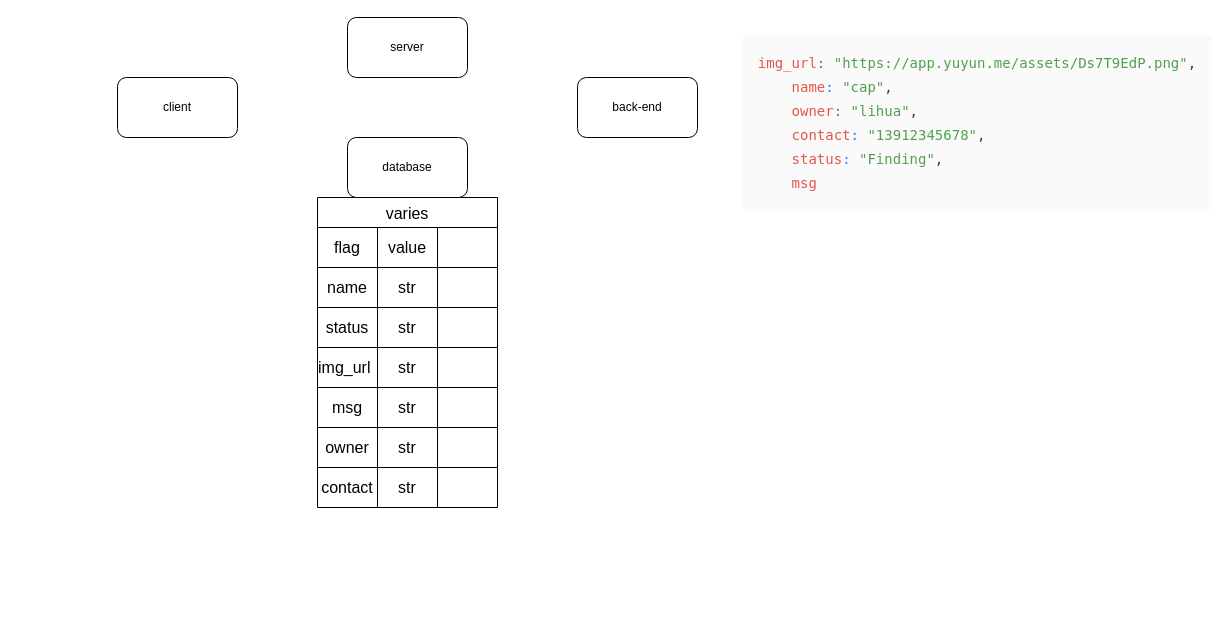
Above: all/exun.drawio in musicleaf/iodraw-files (draw.io), before the change. Source tidied: cells renumbered, new cells numbered last; positions are measured from the earlier drawing's top-left corner, leaving out a move shared by most shapes. Both pictures are drawn from the tidied source at 100%, with x=0, y=0 at pixel (117, 17).
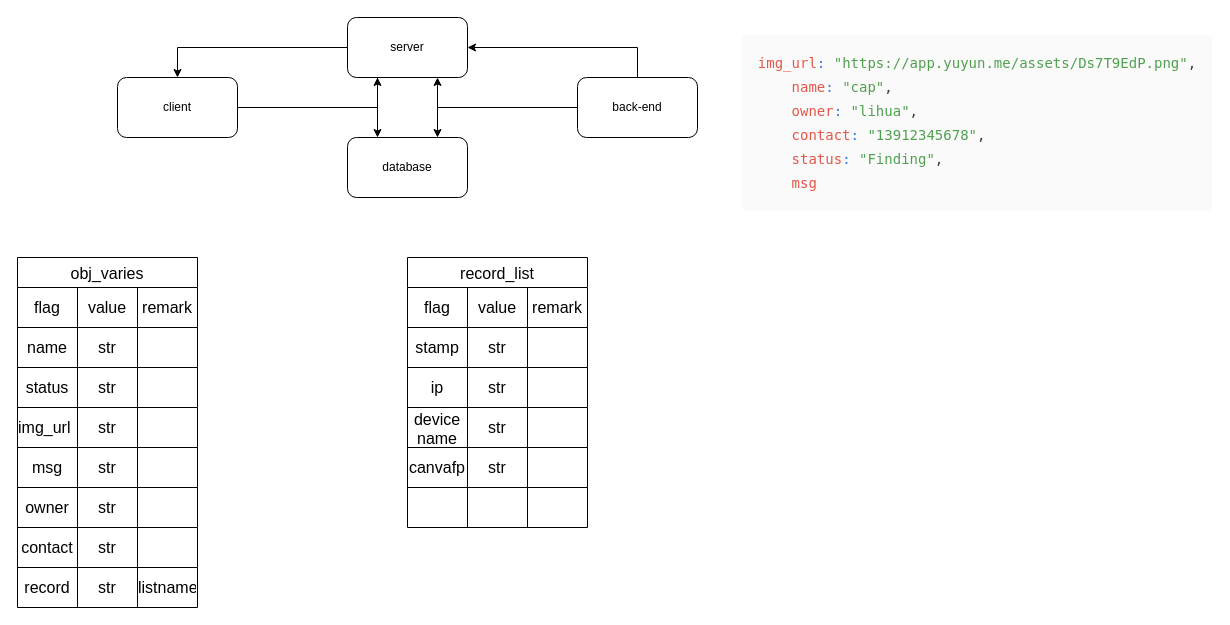
After the change.

Unchanged cells that the change refers to:
```xml
<mxCell id="3" style="shape=tableRow;horizontal=0;startSize=0;swimlaneHead=0;swimlaneBody=0;strokeColor=inherit;top=0;left=0;bottom=0;right=0;fillColor=none;fontSize=16;" parent="2" vertex="1">
  <mxGeometry y="30" width="180" height="40" as="geometry" />
</mxCell>
<mxCell id="15" value="server" style="rounded=1;whiteSpace=wrap;html=1;" parent="1" vertex="1">
  <mxGeometry x="230" width="120" height="60" as="geometry" />
</mxCell>
<mxCell id="16" value="database" style="rounded=1;whiteSpace=wrap;html=1;" parent="1" vertex="1">
  <mxGeometry x="230" y="120" width="120" height="60" as="geometry" />
</mxCell>
<mxCell id="17" value="client" style="rounded=1;whiteSpace=wrap;html=1;" parent="1" vertex="1">
  <mxGeometry y="60" width="120" height="60" as="geometry" />
</mxCell>
<mxCell id="18" value="back-end" style="rounded=1;whiteSpace=wrap;html=1;" parent="1" vertex="1">
  <mxGeometry x="460" y="60" width="120" height="60" as="geometry" />
</mxCell>
```

What changed in the source:
```diff
@@
-    <mxCell id="2" value="varies" style="shape=table;startSize=30;childLayout=tableLayout;strokeColor=default;fontSize=16;" parent="1" vertex="1">
-      <mxGeometry x="200" y="180" width="180" height="150" as="geometry" />
+    <mxCell id="2" value="obj_varies" style="shape=table;startSize=30;childLayout=tableLayout;strokeColor=default;fontSize=16;" parent="1" vertex="1">
+      <mxGeometry x="-100" y="240" width="180" height="150" as="geometry" />
     </mxCell>
@@
-    <mxCell id="6" style="shape=partialRectangle;html=1;whiteSpace=wrap;strokeColor=inherit;overflow=hidden;fillColor=none;top=0;left=0;bottom=0;right=0;fontSize=16;" parent="3" vertex="1">
+    <mxCell id="6" value="remark" style="shape=partialRectangle;html=1;whiteSpace=wrap;strokeColor=inherit;overflow=hidden;fillColor=none;top=0;left=0;bottom=0;right=0;fontSize=16;" parent="3" vertex="1">
       <mxGeometry x="120" width="60" height="40" as="geometry" />
     </mxCell>
@@
+    <mxCell id="38" style="edgeStyle=orthogonalEdgeStyle;rounded=0;jettySize=auto;html=1;entryX=0.5;entryY=0;entryDx=0;entryDy=0;" parent="1" edge="1" source="15" target="17">
+      <mxGeometry relative="1" as="geometry" />
+    </mxCell>
+    <mxCell id="39" style="edgeStyle=orthogonalEdgeStyle;rounded=0;jettySize=auto;html=1;exitX=0.25;exitY=1;exitDx=0;exitDy=0;entryX=0.25;entryY=0;entryDx=0;entryDy=0;" parent="1" edge="1" source="15" target="16">
+      <mxGeometry relative="1" as="geometry" />
+    </mxCell>
@@
+    <mxCell id="40" style="edgeStyle=orthogonalEdgeStyle;rounded=0;jettySize=auto;html=1;entryX=0;entryY=1;entryDx=0;entryDy=0;exitX=1;exitY=0.5;exitDx=0;exitDy=0;" parent="1" edge="1" source="17">
+      <mxGeometry relative="1" as="geometry">
+        <mxPoint x="260" y="60" as="targetPoint" />
+        <Array as="points">
+          <mxPoint x="260" y="90" />
+        </Array>
+      </mxGeometry>
+    </mxCell>
@@
+    <mxCell id="41" style="edgeStyle=orthogonalEdgeStyle;rounded=0;jettySize=auto;html=1;entryX=1;entryY=0.5;entryDx=0;entryDy=0;exitX=0.5;exitY=0;exitDx=0;exitDy=0;" parent="1" edge="1" source="18" target="15">
+      <mxGeometry relative="1" as="geometry">
+        <Array as="points">
+          <mxPoint x="520" y="30" />
+        </Array>
+      </mxGeometry>
+    </mxCell>
+    <mxCell id="42" style="edgeStyle=orthogonalEdgeStyle;rounded=0;jettySize=auto;html=1;entryX=0.75;entryY=1;entryDx=0;entryDy=0;" parent="1" edge="1" source="18" target="15">
+      <mxGeometry relative="1" as="geometry" />
+    </mxCell>
+    <mxCell id="43" style="edgeStyle=orthogonalEdgeStyle;rounded=0;jettySize=auto;html=1;entryX=0.75;entryY=0;entryDx=0;entryDy=0;" parent="1" edge="1" source="18" target="16">
+      <mxGeometry relative="1" as="geometry" />
+    </mxCell>
@@
     <mxCell id="20" style="shape=table;startSize=0;childLayout=tableLayout;fontSize=16;" parent="1" vertex="1">
-      <mxGeometry x="200" y="330" width="180" height="120" as="geometry" />
+      <mxGeometry x="-100" y="390" width="180" height="120" as="geometry" />
     </mxCell>
@@
     <mxCell id="33" style="shape=table;startSize=0;childLayout=tableLayout;fontSize=16;" parent="1" vertex="1">
-      <mxGeometry x="200" y="450" width="180" height="40" as="geometry" />
+      <mxGeometry x="-100" y="510" width="180" height="40" as="geometry" />
     </mxCell>
@@
+    <mxCell id="44" value="record_list" style="shape=table;startSize=30;childLayout=tableLayout;strokeColor=default;fontSize=16;" parent="1" vertex="1">
+      <mxGeometry x="290" y="240" width="180" height="150" as="geometry" />
+    </mxCell>
+    <mxCell id="45" style="shape=tableRow;horizontal=0;startSize=0;swimlaneHead=0;swimlaneBody=0;strokeColor=inherit;top=0;left=0;bottom=0;right=0;fillColor=none;fontSize=16;" parent="44" vertex="1">
+      <mxGeometry y="30" width="180" height="40" as="geometry" />
+    </mxCell>
+    <mxCell id="46" value="flag" style="shape=partialRectangle;html=1;whiteSpace=wrap;strokeColor=inherit;overflow=hidden;fillColor=none;top=0;left=0;bottom=0;right=0;fontSize=16;" parent="45" vertex="1">
+      <mxGeometry width="60" height="40" as="geometry" />
+    </mxCell>
+    <mxCell id="47" value="value" style="shape=partialRectangle;html=1;whiteSpace=wrap;strokeColor=inherit;overflow=hidden;fillColor=none;top=0;left=0;bottom=0;right=0;fontSize=16;" parent="45" vertex="1">
+      <mxGeometry x="60" width="60" height="40" as="geometry" />
+    </mxCell>
+    <mxCell id="48" value="remark" style="shape=partialRectangle;html=1;whiteSpace=wrap;strokeColor=inherit;overflow=hidden;fillColor=none;top=0;left=0;bottom=0;right=0;fontSize=16;" parent="45" vertex="1">
+      <mxGeometry x="120" width="60" height="40" as="geometry" />
+    </mxCell>
+    <mxCell id="49" style="shape=tableRow;horizontal=0;startSize=0;swimlaneHead=0;swimlaneBody=0;strokeColor=inherit;top=0;left=0;bottom=0;right=0;fillColor=none;fontSize=16;" parent="44" vertex="1">
+      <mxGeometry y="70" width="180" height="40" as="geometry" />
+    </mxCell>
+    <mxCell id="50" value="stamp" style="shape=partialRectangle;html=1;whiteSpace=wrap;strokeColor=inherit;overflow=hidden;fillColor=none;top=0;left=0;bottom=0;right=0;fontSize=16;" parent="49" vertex="1">
+      <mxGeometry width="60" height="40" as="geometry" />
+    </mxCell>
+    <mxCell id="51" value="str" style="shape=partialRectangle;html=1;whiteSpace=wrap;strokeColor=inherit;overflow=hidden;fillColor=none;top=0;left=0;bottom=0;right=0;fontSize=16;" parent="49" vertex="1">
+      <mxGeometry x="60" width="60" height="40" as="geometry" />
+    </mxCell>
+    <mxCell id="52" style="shape=partialRectangle;html=1;whiteSpace=wrap;strokeColor=inherit;overflow=hidden;fillColor=none;top=0;left=0;bottom=0;right=0;fontSize=16;" parent="49" vertex="1">
+      <mxGeometry x="120" width="60" height="40" as="geometry" />
+    </mxCell>
+    <mxCell id="53" style="shape=tableRow;horizontal=0;startSize=0;swimlaneHead=0;swimlaneBody=0;strokeColor=inherit;top=0;left=0;bottom=0;right=0;fillColor=none;fontSize=16;" parent="44" vertex="1">
+      <mxGeometry y="110" width="180" height="40" as="geometry" />
+    </mxCell>
+    <mxCell id="54" value="ip" style="shape=partialRectangle;html=1;whiteSpace=wrap;strokeColor=inherit;overflow=hidden;fillColor=none;top=0;left=0;bottom=0;right=0;fontSize=16;" parent="53" vertex="1">
+      <mxGeometry width="60" height="40" as="geometry" />
+    </mxCell>
+    <mxCell id="55" value="str" style="shape=partialRectangle;html=1;whiteSpace=wrap;strokeColor=inherit;overflow=hidden;fillColor=none;top=0;left=0;bottom=0;right=0;fontSize=16;" parent="53" vertex="1">
+      <mxGeometry x="60" width="60" height="40" as="geometry" />
+    </mxCell>
+    <mxCell id="56" style="shape=partialRectangle;html=1;whiteSpace=wrap;strokeColor=inherit;overflow=hidden;fillColor=none;top=0;left=0;bottom=0;right=0;fontSize=16;" parent="53" vertex="1">
+      <mxGeometry x="120" width="60" height="40" as="geometry" />
+    </mxCell>
+    <mxCell id="57" style="shape=table;startSize=0;childLayout=tableLayout;fontSize=16;" parent="1" vertex="1">
+      <mxGeometry x="-100" y="550" width="180" height="40" as="geometry" />
+    </mxCell>
+    <mxCell id="58" style="shape=tableRow;horizontal=0;startSize=0;swimlaneHead=0;swimlaneBody=0;strokeColor=inherit;top=0;left=0;bottom=0;right=0;fillColor=none;fontSize=16;" parent="57" vertex="1">
+      <mxGeometry width="180" height="40" as="geometry" />
+    </mxCell>
+    <mxCell id="59" value="record" style="shape=partialRectangle;html=1;whiteSpace=wrap;strokeColor=inherit;overflow=hidden;fillColor=none;top=0;left=0;bottom=0;right=0;fontSize=16;" parent="58" vertex="1">
+      <mxGeometry width="60" height="40" as="geometry" />
+    </mxCell>
+    <mxCell id="60" value="str" style="shape=partialRectangle;html=1;whiteSpace=wrap;strokeColor=inherit;overflow=hidden;fillColor=none;top=0;left=0;bottom=0;right=0;fontSize=16;" parent="58" vertex="1">
+      <mxGeometry x="60" width="60" height="40" as="geometry" />
+    </mxCell>
+    <mxCell id="61" value="listname" style="shape=partialRectangle;html=1;whiteSpace=wrap;strokeColor=inherit;overflow=hidden;fillColor=none;top=0;left=0;bottom=0;right=0;fontSize=16;" parent="58" vertex="1">
+      <mxGeometry x="120" width="60" height="40" as="geometry" />
+    </mxCell>
+    <mxCell id="62" style="shape=table;startSize=0;childLayout=tableLayout;fontSize=16;" parent="1" vertex="1">
+      <mxGeometry x="290" y="390" width="180" height="120" as="geometry" />
+    </mxCell>
+    <mxCell id="63" style="shape=tableRow;horizontal=0;startSize=0;swimlaneHead=0;swimlaneBody=0;strokeColor=inherit;top=0;left=0;bottom=0;right=0;fillColor=none;fontSize=16;" parent="62" vertex="1">
+      <mxGeometry width="180" height="40" as="geometry" />
+    </mxCell>
+    <mxCell id="64" value="device&lt;div&gt;name&lt;/div&gt;" style="shape=partialRectangle;html=1;whiteSpace=wrap;strokeColor=inherit;overflow=hidden;fillColor=none;top=0;left=0;bottom=0;right=0;fontSize=16;" parent="63" vertex="1">
+      <mxGeometry width="60" height="40" as="geometry" />
+    </mxCell>
+    <mxCell id="65" value="str" style="shape=partialRectangle;html=1;whiteSpace=wrap;strokeColor=inherit;overflow=hidden;fillColor=none;top=0;left=0;bottom=0;right=0;fontSize=16;" parent="63" vertex="1">
+      <mxGeometry x="60" width="60" height="40" as="geometry" />
+    </mxCell>
+    <mxCell id="66" style="shape=partialRectangle;html=1;whiteSpace=wrap;strokeColor=inherit;overflow=hidden;fillColor=none;top=0;left=0;bottom=0;right=0;fontSize=16;" parent="63" vertex="1">
+      <mxGeometry x="120" width="60" height="40" as="geometry" />
+    </mxCell>
+    <mxCell id="67" style="shape=tableRow;horizontal=0;startSize=0;swimlaneHead=0;swimlaneBody=0;strokeColor=inherit;top=0;left=0;bottom=0;right=0;fillColor=none;fontSize=16;" parent="62" vertex="1">
+      <mxGeometry y="40" width="180" height="40" as="geometry" />
+    </mxCell>
+    <mxCell id="68" value="canvafp" style="shape=partialRectangle;html=1;whiteSpace=wrap;strokeColor=inherit;overflow=hidden;fillColor=none;top=0;left=0;bottom=0;right=0;fontSize=16;" parent="67" vertex="1">
+      <mxGeometry width="60" height="40" as="geometry" />
+    </mxCell>
+    <mxCell id="69" value="str" style="shape=partialRectangle;html=1;whiteSpace=wrap;strokeColor=inherit;overflow=hidden;fillColor=none;top=0;left=0;bottom=0;right=0;fontSize=16;" parent="67" vertex="1">
+      <mxGeometry x="60" width="60" height="40" as="geometry" />
+    </mxCell>
+    <mxCell id="70" style="shape=partialRectangle;html=1;whiteSpace=wrap;strokeColor=inherit;overflow=hidden;fillColor=none;top=0;left=0;bottom=0;right=0;fontSize=16;" parent="67" vertex="1">
+      <mxGeometry x="120" width="60" height="40" as="geometry" />
+    </mxCell>
+    <mxCell id="71" style="shape=tableRow;horizontal=0;startSize=0;swimlaneHead=0;swimlaneBody=0;strokeColor=inherit;top=0;left=0;bottom=0;right=0;fillColor=none;fontSize=16;" parent="62" vertex="1">
+      <mxGeometry y="80" width="180" height="40" as="geometry" />
+    </mxCell>
+    <mxCell id="72" style="shape=partialRectangle;html=1;whiteSpace=wrap;strokeColor=inherit;overflow=hidden;fillColor=none;top=0;left=0;bottom=0;right=0;fontSize=16;" parent="71" vertex="1">
+      <mxGeometry width="60" height="40" as="geometry" />
+    </mxCell>
+    <mxCell id="73" style="shape=partialRectangle;html=1;whiteSpace=wrap;strokeColor=inherit;overflow=hidden;fillColor=none;top=0;left=0;bottom=0;right=0;fontSize=16;" parent="71" vertex="1">
+      <mxGeometry x="60" width="60" height="40" as="geometry" />
+    </mxCell>
+    <mxCell id="74" style="shape=partialRectangle;html=1;whiteSpace=wrap;strokeColor=inherit;overflow=hidden;fillColor=none;top=0;left=0;bottom=0;right=0;fontSize=16;" parent="71" vertex="1">
+      <mxGeometry x="120" width="60" height="40" as="geometry" />
+    </mxCell>
```
